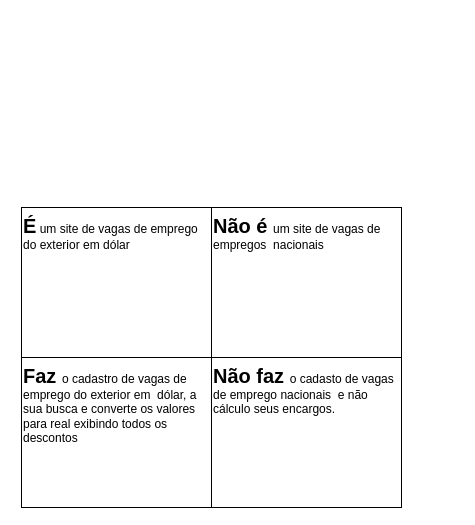
The draw.io diagram Card da visão do produto.drawio in wynne853/JobCoin, before the edit. Source tidied: cells renumbered, new cells numbered last; positions are measured from the earlier drawing's top-left corner, leaving out a move shared by most shapes. Both pictures are drawn from the tidied source at 100%, with x=0, y=0 at pixel (21, 207).
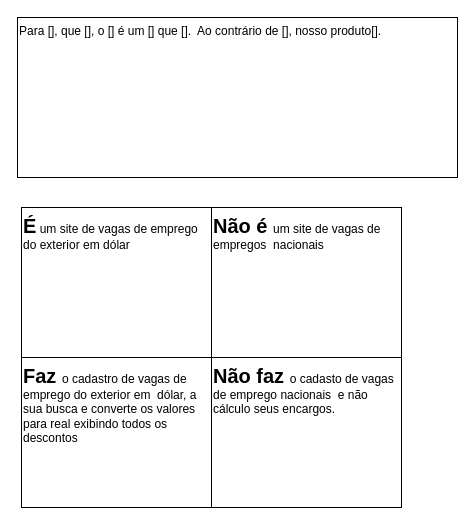
The same diagram, later.

Change to the diagram source:
```diff
@@
 <mxGraphModel>
   <root>
     <mxCell id="0" />
     <mxCell id="1" parent="0" />
     <mxCell id="2" value="&lt;b&gt;&lt;font style=&quot;font-size: 20px&quot;&gt;É&lt;/font&gt;&lt;/b&gt; um site de vagas de emprego do exterior em dólar&amp;nbsp;&lt;table&gt;&lt;tbody&gt;&lt;tr&gt;&lt;td&gt;&lt;br&gt;&lt;/td&gt;&lt;td&gt;&lt;br&gt;&lt;/td&gt;&lt;/tr&gt;&lt;/tbody&gt;&lt;/table&gt;" style="rounded=0;whiteSpace=wrap;html=1;align=left;verticalAlign=top;" parent="1" vertex="1">
       <mxGeometry width="190" height="150" as="geometry" />
     </mxCell>
     <mxCell id="3" value="&lt;b&gt;&lt;font style=&quot;font-size: 20px&quot;&gt;Não é &lt;/font&gt;&lt;/b&gt;um site de vagas de empregos&amp;nbsp; nacionais&amp;nbsp;" style="rounded=0;whiteSpace=wrap;html=1;verticalAlign=top;align=left;" parent="1" vertex="1">
       <mxGeometry x="190" width="190" height="150" as="geometry" />
     </mxCell>
     <mxCell id="4" value="&lt;b&gt;&lt;font style=&quot;font-size: 20px&quot;&gt;Faz &lt;/font&gt;&lt;/b&gt;o cadastro de vagas de emprego do exterior em&amp;nbsp; dólar, a&amp;nbsp; sua busca e converte os valores para real exibindo todos os descontos&amp;nbsp;" style="rounded=0;whiteSpace=wrap;html=1;align=left;verticalAlign=top;" parent="1" vertex="1">
       <mxGeometry y="150" width="190" height="150" as="geometry" />
     </mxCell>
     <mxCell id="5" value="&lt;b&gt;&lt;font style=&quot;font-size: 20px&quot;&gt;Não faz &lt;/font&gt;&lt;/b&gt;o cadasto de vagas de emprego nacionais&amp;nbsp; e não cálculo seus encargos." style="rounded=0;whiteSpace=wrap;html=1;verticalAlign=top;align=left;" parent="1" vertex="1">
       <mxGeometry x="190" y="150" width="190" height="150" as="geometry" />
     </mxCell>
+    <mxCell id="6" value="Para [], que [], o [] é um [] que [].&amp;nbsp; Ao contrário de [], nosso produto[]." style="rounded=0;whiteSpace=wrap;html=1;align=left;verticalAlign=top;" parent="1" vertex="1">
+      <mxGeometry x="-4" y="-190" width="440" height="160" as="geometry" />
+    </mxCell>
   </root>
 </mxGraphModel>
```
